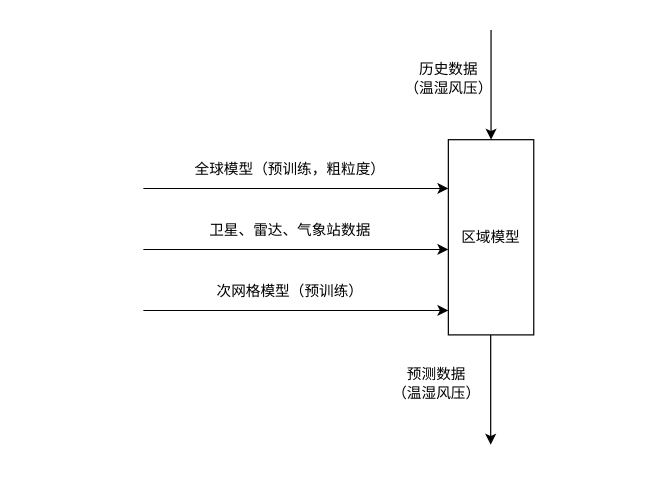
The draw.io diagram 气象预测模型架构图.drawio in HALF111/Research_figures, before the edit. Source tidied: cells renumbered, new cells numbered last; positions are measured from the earlier drawing's top-left corner, leaving out a move shared by most shapes. Both pictures are drawn from the tidied source at 122%, with x=0, y=0 at pixel (143, 29). Pictures stored in the file or linked from it are replaced by grey dashed boxes.
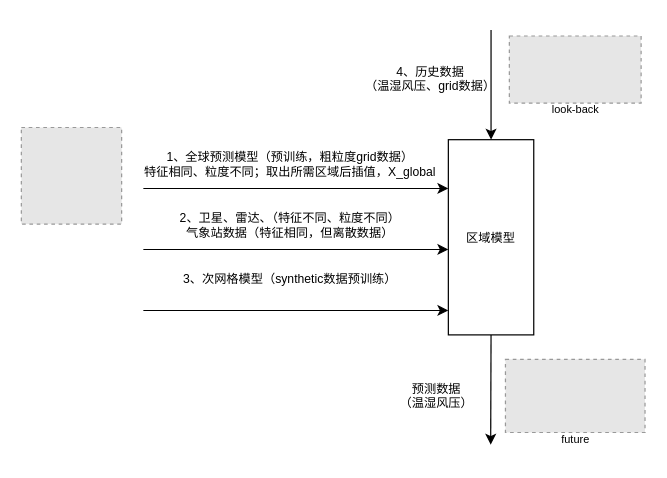
After the change.

Commit message:
更新气象预测模型架构图.drawio

What changed in the source:
```diff
@@
-    <mxCell id="2" value="区域模型" style="rounded=0;whiteSpace=wrap;html=1;" parent="1" vertex="1">
+    <mxCell id="2" value="区域模型" style="rounded=0;whiteSpace=wrap;html=1;fontSize=10;" parent="1" vertex="1">
       <mxGeometry x="250" y="90" width="70" height="160" as="geometry" />
     </mxCell>
-    <mxCell id="3" style="endArrow=classic;html=1;rounded=0;entryX=0;entryY=0.25;entryDx=0;entryDy=0;" parent="1" edge="1" target="2">
+    <mxCell id="3" style="endArrow=classic;html=1;rounded=0;entryX=0;entryY=0.25;entryDx=0;entryDy=0;fontSize=10;" parent="1" edge="1" target="2">
       <mxGeometry relative="1" as="geometry">
         <mxPoint y="130" as="sourcePoint" />
       </mxGeometry>
     </mxCell>
-    <mxCell id="4" value="全球模型（预训练，粗粒度）" style="text;html=1;align=center;verticalAlign=middle;strokeColor=none;fillColor=none;" parent="1" vertex="1">
-      <mxGeometry x="30" y="100" width="180" height="30" as="geometry" />
+    <mxCell id="4" value="1、全球预测模型（预训练，粗粒度grid数据）&lt;div&gt;特征相同、粒度不同；取出所需区域后插值，X_global&lt;/div&gt;" style="text;html=1;align=center;verticalAlign=middle;strokeColor=none;fillColor=none;fontSize=10;" parent="1" vertex="1">
+      <mxGeometry x="-10" y="90" width="260" height="40" as="geometry" />
     </mxCell>
-    <mxCell id="5" style="endArrow=classic;html=1;rounded=0;entryX=0;entryY=0.25;entryDx=0;entryDy=0;" parent="1" edge="1">
+    <mxCell id="5" style="endArrow=classic;html=1;rounded=0;entryX=0;entryY=0.25;entryDx=0;entryDy=0;fontSize=10;" parent="1" edge="1">
       <mxGeometry relative="1" as="geometry">
         <mxPoint y="180" as="sourcePoint" />
         <mxPoint x="250" y="180" as="targetPoint" />
       </mxGeometry>
     </mxCell>
-    <mxCell id="6" value="卫星、雷达、气象站数据" style="text;html=1;align=center;verticalAlign=middle;strokeColor=none;fillColor=none;" parent="1" vertex="1">
-      <mxGeometry x="40" y="150" width="160" height="30" as="geometry" />
+    <mxCell id="6" value="2、卫星、雷达、（特征不同、粒度不同）&lt;div&gt;气象站数据（特征相同，但离散数据）&lt;/div&gt;" style="text;html=1;align=center;verticalAlign=middle;strokeColor=none;fillColor=none;fontSize=10;" parent="1" vertex="1">
+      <mxGeometry x="20" y="140" width="200" height="40" as="geometry" />
     </mxCell>
-    <mxCell id="7" style="endArrow=classic;html=1;rounded=0;entryX=0;entryY=0.25;entryDx=0;entryDy=0;" parent="1" edge="1">
+    <mxCell id="7" style="endArrow=classic;html=1;rounded=0;entryX=0;entryY=0.25;entryDx=0;entryDy=0;fontSize=10;" parent="1" edge="1">
       <mxGeometry relative="1" as="geometry">
         <mxPoint y="230" as="sourcePoint" />
         <mxPoint x="250" y="230" as="targetPoint" />
       </mxGeometry>
     </mxCell>
-    <mxCell id="8" value="次网格模型（预训练）" style="text;html=1;align=center;verticalAlign=middle;strokeColor=none;fillColor=none;" parent="1" vertex="1">
-      <mxGeometry x="50" y="200" width="140" height="30" as="geometry" />
+    <mxCell id="8" value="3、次网格模型（synthetic数据预训练）&lt;div&gt;&lt;br&gt;&lt;/div&gt;" style="text;html=1;align=center;verticalAlign=middle;strokeColor=none;fillColor=none;fontSize=10;" parent="1" vertex="1">
+      <mxGeometry x="20" y="190" width="200" height="40" as="geometry" />
     </mxCell>
-    <mxCell id="9" style="endArrow=classic;html=1;rounded=0;entryX=0.5;entryY=0;entryDx=0;entryDy=0;" parent="1" edge="1" target="2">
+    <mxCell id="9" style="endArrow=classic;html=1;rounded=0;entryX=0.5;entryY=0;entryDx=0;entryDy=0;fontSize=10;" parent="1" edge="1" target="2">
       <mxGeometry relative="1" as="geometry">
         <mxPoint x="285" as="sourcePoint" />
       </mxGeometry>
     </mxCell>
-    <mxCell id="10" value="历史数据&lt;div&gt;（温湿风压）&lt;/div&gt;" style="text;html=1;align=center;verticalAlign=middle;strokeColor=none;fillColor=none;" parent="1" vertex="1">
-      <mxGeometry x="200" y="20" width="100" height="40" as="geometry" />
+    <mxCell id="10" value="4、历史数据&lt;div&gt;（温湿风压、grid数据）&lt;/div&gt;" style="text;html=1;align=center;verticalAlign=middle;strokeColor=none;fillColor=none;fontSize=10;" parent="1" vertex="1">
+      <mxGeometry x="170" y="20" width="130" height="40" as="geometry" />
     </mxCell>
-    <mxCell id="11" value="预测数据&lt;div&gt;（温湿风压）&lt;/div&gt;" style="text;html=1;align=center;verticalAlign=middle;strokeColor=none;fillColor=none;" parent="1" vertex="1">
-      <mxGeometry x="190" y="270" width="100" height="40" as="geometry" />
+    <mxCell id="11" value="预测数据&lt;div&gt;（温湿风压）&lt;/div&gt;" style="text;html=1;align=center;verticalAlign=middle;strokeColor=none;fillColor=none;fontSize=10;" parent="1" vertex="1">
+      <mxGeometry x="200" y="280" width="80" height="40" as="geometry" />
     </mxCell>
-    <mxCell id="12" style="endArrow=classic;html=1;rounded=0;entryX=0.5;entryY=0;entryDx=0;entryDy=0;" parent="1" edge="1">
+    <mxCell id="12" style="endArrow=classic;html=1;rounded=0;entryX=0.5;entryY=0;entryDx=0;entryDy=0;exitX=0.5;exitY=1;exitDx=0;exitDy=0;fontSize=10;" parent="1" edge="1" source="2">
       <mxGeometry relative="1" as="geometry">
-        <mxPoint x="284.7" y="250" as="sourcePoint" />
         <mxPoint x="284.7" y="340" as="targetPoint" />
       </mxGeometry>
     </mxCell>
+    <mxCell id="13" style="fillColor=#E6E6E6;strokeColor=#999999;dashed=1;verticalLabelPosition=bottom;labelBackgroundColor=default;verticalAlign=top;fontSize=10;" parent="1" vertex="1">
+      <mxGeometry x="-100" y="80" width="82.2" height="79.2" as="geometry" />
+    </mxCell>
+    <mxCell id="14" style="fillColor=#E6E6E6;strokeColor=#999999;dashed=1;verticalLabelPosition=bottom;labelBackgroundColor=default;verticalAlign=top;" parent="1" vertex="1">
+      <mxGeometry x="300" y="5" width="108" height="55" as="geometry" />
+    </mxCell>
+    <mxCell id="15" style="fillColor=#E6E6E6;strokeColor=#999999;dashed=1;verticalLabelPosition=bottom;labelBackgroundColor=default;verticalAlign=top;" parent="1" vertex="1">
+      <mxGeometry x="296.8" y="270" width="114.4" height="60" as="geometry" />
+    </mxCell>
+    <mxCell id="16" value="&lt;font style=&quot;font-size: 9px;&quot;&gt;look-back&lt;/font&gt;" style="text;html=1;align=center;verticalAlign=middle;strokeColor=none;fillColor=none;" parent="1" vertex="1">
+      <mxGeometry x="324" y="50" width="60" height="30" as="geometry" />
+    </mxCell>
+    <mxCell id="17" value="&lt;font style=&quot;font-size: 9px;&quot;&gt;future&lt;/font&gt;" style="text;html=1;align=center;verticalAlign=middle;strokeColor=none;fillColor=none;" parent="1" vertex="1">
+      <mxGeometry x="329" y="320" width="50" height="30" as="geometry" />
+    </mxCell>
```
